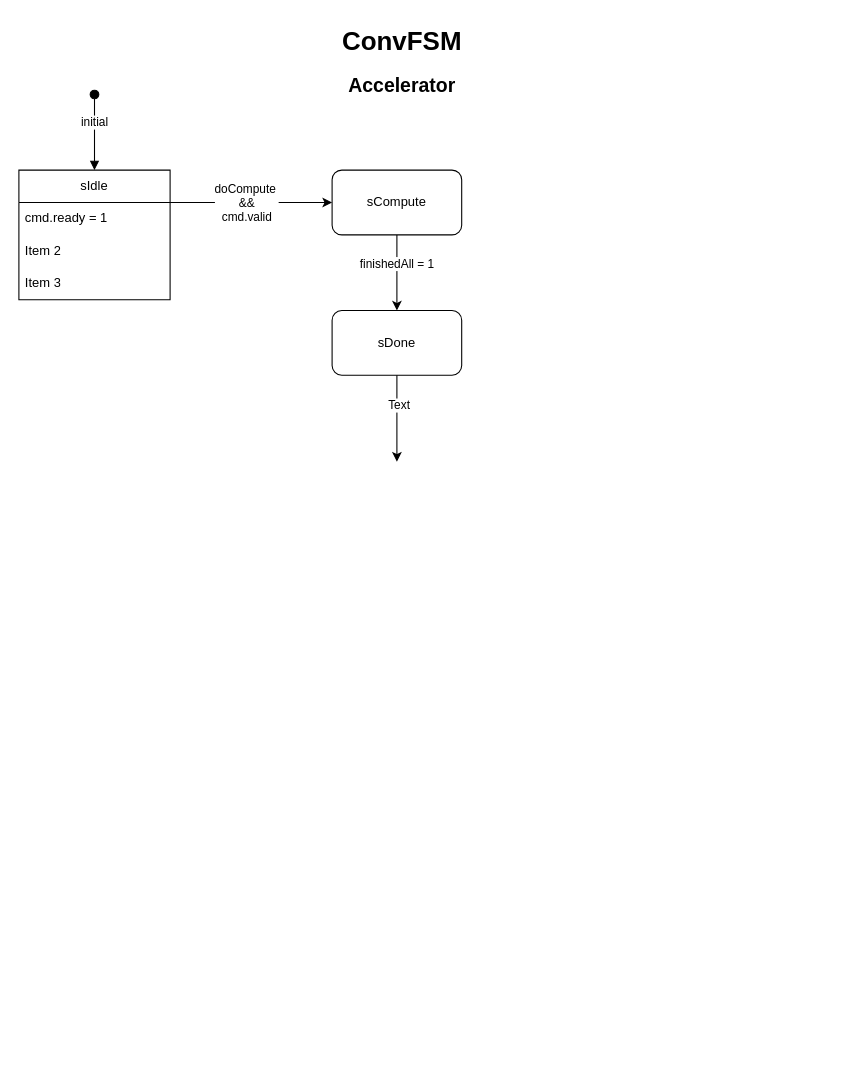
sophia20753/Project keeps this draw.io diagram as ConvFSM_accel.drawio. Above is the earlier version. Source tidied: cells renumbered, new cells numbered last; positions are measured from the earlier drawing's top-left corner, leaving out a move shared by most shapes. Both pictures are drawn from the tidied source at 108%, with x=0, y=0 at pixel (18, 18).
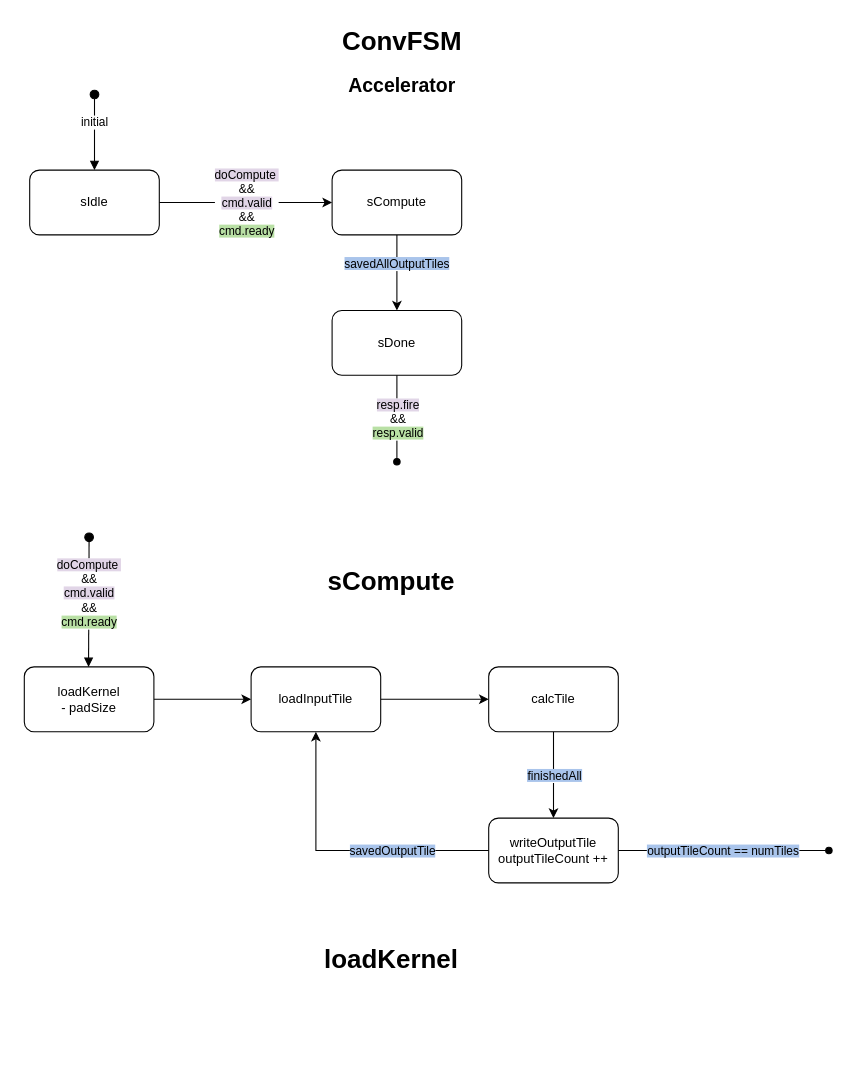
After the change.

Unchanged cells that the change refers to:
```xml
<mxCell id="4" value="sDone" style="rounded=1;whiteSpace=wrap;html=1;" parent="1" vertex="1">
  <mxGeometry x="290" y="270" width="120" height="60" as="geometry" />
</mxCell>
<mxCell id="6" style="endArrow=classic;html=1;rounded=0;exitX=1;exitY=0.5;exitDx=0;exitDy=0;entryX=0;entryY=0.5;entryDx=0;entryDy=0;" parent="1" edge="1" target="3">
  <mxGeometry relative="1" as="geometry">
    <mxPoint x="130" y="170" as="sourcePoint" />
  </mxGeometry>
</mxCell>
<mxCell id="8" style="endArrow=classic;html=1;rounded=0;exitX=0.5;exitY=1;exitDx=0;exitDy=0;entryX=0.5;entryY=0;entryDx=0;entryDy=0;" parent="1" edge="1" source="3" target="4">
  <mxGeometry relative="1" as="geometry" />
</mxCell>
```

Diff of the diagram source:
```diff
@@
-    <mxCell id="7" value="doCompute&amp;nbsp;&lt;div&gt;&amp;amp;&amp;amp;&lt;/div&gt;&lt;div&gt;cmd.valid&lt;/div&gt;" style="edgeLabel;html=1;align=center;verticalAlign=middle;" parent="6" vertex="1">
+    <mxCell id="7" value="&lt;span style=&quot;background-color: rgb(225, 213, 231);&quot;&gt;doCompute&amp;nbsp;&lt;/span&gt;&lt;div&gt;&lt;span&gt;&amp;amp;&amp;amp;&lt;/span&gt;&lt;/div&gt;&lt;div&gt;&lt;span style=&quot;background-color: rgb(225, 213, 231);&quot;&gt;cmd.valid&lt;/span&gt;&lt;/div&gt;&lt;div&gt;&lt;span&gt;&amp;amp;&amp;amp;&lt;/span&gt;&lt;/div&gt;&lt;div&gt;&lt;span style=&quot;background-color: rgb(185, 224, 165);&quot;&gt;cmd.ready&lt;/span&gt;&lt;/div&gt;" style="edgeLabel;html=1;align=center;verticalAlign=middle;" parent="6" vertex="1">
       <mxGeometry x="-0.11" y="1" relative="1" as="geometry">
         <mxPoint x="9" y="1" as="offset" />
       </mxGeometry>
     </mxCell>
@@
-    <mxCell id="9" value="finishedAll = 1" style="edgeLabel;html=1;align=center;verticalAlign=middle;" parent="8" vertex="1">
+    <mxCell id="9" value="&lt;span style=&quot;background-color: rgb(169, 196, 235);&quot;&gt;savedAllOutputTiles&lt;/span&gt;" style="edgeLabel;html=1;align=center;verticalAlign=middle;" parent="8" vertex="1">
       <mxGeometry x="-0.27" y="-1" relative="1" as="geometry" />
     </mxCell>
-    <mxCell id="10" style="endArrow=classic;html=1;rounded=0;exitX=0.5;exitY=1;exitDx=0;exitDy=0;" parent="1" edge="1" source="4">
+    <mxCell id="10" style="endArrow=oval;html=1;rounded=0;exitX=0.5;exitY=1;exitDx=0;exitDy=0;endFill=1;" parent="1" edge="1" source="4">
       <mxGeometry relative="1" as="geometry">
         <mxPoint x="350" y="410" as="targetPoint" />
       </mxGeometry>
     </mxCell>
-    <mxCell id="11" value="Text" style="edgeLabel;html=1;align=center;verticalAlign=middle;" parent="10" vertex="1">
-      <mxGeometry x="-0.33" y="1" relative="1" as="geometry" />
+    <mxCell id="11" value="&lt;div&gt;&lt;span style=&quot;background-color: rgb(225, 213, 231);&quot;&gt;resp.fire&lt;/span&gt;&lt;/div&gt;&lt;div&gt;&amp;amp;&amp;amp;&lt;/div&gt;&lt;span style=&quot;background-color: rgb(185, 224, 165);&quot;&gt;resp.valid&lt;/span&gt;" style="edgeLabel;html=1;align=center;verticalAlign=middle;" parent="10" vertex="1">
+      <mxGeometry x="-0.33" y="1" relative="1" as="geometry">
+        <mxPoint x="-1" y="13" as="offset" />
+      </mxGeometry>
     </mxCell>
-    <mxCell id="12" value="sIdle" style="swimlane;fontStyle=0;horizontal=1;startSize=30;whiteSpace=wrap;html=1;" parent="1" vertex="1">
-      <mxGeometry y="140" width="140" height="120" as="geometry" />
+    <mxCell id="12" value="sIdle" style="rounded=1;whiteSpace=wrap;html=1;" parent="1" vertex="1">
+      <mxGeometry x="10" y="140" width="120" height="60" as="geometry" />
     </mxCell>
-    <mxCell id="13" value="cmd.ready = 1" style="text;strokeColor=none;fillColor=none;align=left;verticalAlign=middle;spacingLeft=4;spacingRight=4;overflow=hidden;whiteSpace=wrap;html=1;" parent="12" vertex="1">
-      <mxGeometry y="30" width="140" height="30" as="geometry" />
-    </mxCell>
-    <mxCell id="14" value="Item 2" style="text;strokeColor=none;fillColor=none;align=left;verticalAlign=middle;spacingLeft=4;spacingRight=4;overflow=hidden;whiteSpace=wrap;html=1;" parent="12" vertex="1">
-      <mxGeometry y="60" width="140" height="30" as="geometry" />
-    </mxCell>
-    <mxCell id="15" value="Item 3" style="text;strokeColor=none;fillColor=none;align=left;verticalAlign=middle;spacingLeft=4;spacingRight=4;overflow=hidden;whiteSpace=wrap;html=1;" parent="12" vertex="1">
-      <mxGeometry y="90" width="140" height="30" as="geometry" />
-    </mxCell>
+    <mxCell id="16" value="&lt;h1 style=&quot;margin-top: 0px;&quot;&gt;sCompute&lt;/h1&gt;" style="text;html=1;whiteSpace=wrap;overflow=hidden;rounded=0;align=center;" parent="1" vertex="1">
+      <mxGeometry x="255" y="500" width="180" height="120" as="geometry" />
+    </mxCell>
+    <mxCell id="17" style="edgeStyle=orthogonalEdgeStyle;rounded=0;jettySize=auto;html=1;" parent="1" edge="1" source="18" target="20">
+      <mxGeometry relative="1" as="geometry" />
+    </mxCell>
+    <mxCell id="18" value="loadKernel&lt;div&gt;- padSize&lt;/div&gt;" style="rounded=1;whiteSpace=wrap;html=1;" parent="1" vertex="1">
+      <mxGeometry x="5" y="600" width="120" height="60" as="geometry" />
+    </mxCell>
+    <mxCell id="19" style="edgeStyle=orthogonalEdgeStyle;rounded=0;jettySize=auto;html=1;" parent="1" edge="1" source="20" target="24">
+      <mxGeometry relative="1" as="geometry" />
+    </mxCell>
+    <mxCell id="20" value="loadInputTile" style="rounded=1;whiteSpace=wrap;html=1;" parent="1" vertex="1">
+      <mxGeometry x="215" y="600" width="120" height="60" as="geometry" />
+    </mxCell>
+    <mxCell id="21" value="&lt;span style=&quot;background-color: rgb(225, 213, 231);&quot;&gt;doCompute&amp;nbsp;&lt;/span&gt;&lt;div&gt;&amp;amp;&amp;amp;&lt;/div&gt;&lt;div&gt;&lt;span style=&quot;background-color: rgb(225, 213, 231);&quot;&gt;cmd.valid&lt;/span&gt;&lt;/div&gt;&lt;div&gt;&amp;amp;&amp;amp;&lt;/div&gt;&lt;div&gt;&lt;span style=&quot;background-color: rgb(185, 224, 165);&quot;&gt;cmd.ready&lt;/span&gt;&lt;/div&gt;" style="html=1;verticalAlign=bottom;startArrow=oval;startFill=1;endArrow=block;startSize=8;curved=0;rounded=0;entryX=0.5;entryY=0;entryDx=0;entryDy=0;" parent="1" edge="1">
+      <mxGeometry x="0.47" relative="1" as="geometry">
+        <mxPoint x="65" y="480" as="sourcePoint" />
+        <mxPoint x="64.5" y="600" as="targetPoint" />
+      </mxGeometry>
+    </mxCell>
+    <mxCell id="22" style="edgeStyle=orthogonalEdgeStyle;rounded=0;jettySize=auto;html=1;endArrow=classic;endFill=1;entryX=0.5;entryY=0;entryDx=0;entryDy=0;" parent="1" edge="1" source="24" target="26">
+      <mxGeometry relative="1" as="geometry" />
+    </mxCell>
+    <mxCell id="23" value="&lt;span style=&quot;background-color: rgb(169, 196, 235);&quot;&gt;finishedAll&lt;/span&gt;" style="edgeLabel;html=1;align=center;verticalAlign=middle;" parent="22" vertex="1">
+      <mxGeometry x="0.01" relative="1" as="geometry" />
+    </mxCell>
+    <mxCell id="24" value="calcTile" style="rounded=1;whiteSpace=wrap;html=1;" parent="1" vertex="1">
+      <mxGeometry x="435" y="600" width="120" height="60" as="geometry" />
+    </mxCell>
+    <mxCell id="25" value="&lt;h1 style=&quot;margin-top: 0px;&quot;&gt;loadKernel&lt;/h1&gt;" style="text;html=1;whiteSpace=wrap;overflow=hidden;rounded=0;align=center;" parent="1" vertex="1">
+      <mxGeometry x="255" y="850" width="180" height="120" as="geometry" />
+    </mxCell>
+    <mxCell id="26" value="writeOutputTile&lt;div&gt;outputTileCount ++&lt;/div&gt;" style="rounded=1;whiteSpace=wrap;html=1;" parent="1" vertex="1">
+      <mxGeometry x="435" y="740" width="120" height="60" as="geometry" />
+    </mxCell>
+    <mxCell id="27" style="endArrow=classic;html=1;rounded=0;exitX=0;exitY=0.5;exitDx=0;exitDy=0;entryX=0.5;entryY=1;entryDx=0;entryDy=0;" parent="1" edge="1" source="26" target="20">
+      <mxGeometry relative="1" as="geometry">
+        <Array as="points">
+          <mxPoint x="275" y="770" />
+        </Array>
+      </mxGeometry>
+    </mxCell>
+    <mxCell id="28" value="&lt;span style=&quot;background-color: rgb(169, 196, 235);&quot;&gt;savedOutputTile&lt;/span&gt;" style="edgeLabel;html=1;align=center;verticalAlign=middle;" parent="27" vertex="1">
+      <mxGeometry x="-0.04" y="-3" relative="1" as="geometry">
+        <mxPoint x="40" y="3" as="offset" />
+      </mxGeometry>
+    </mxCell>
+    <mxCell id="29" style="endArrow=oval;html=1;rounded=0;exitX=1;exitY=0.5;exitDx=0;exitDy=0;endFill=1;" parent="1" edge="1" source="26">
+      <mxGeometry relative="1" as="geometry">
+        <mxPoint x="750" y="770" as="targetPoint" />
+      </mxGeometry>
+    </mxCell>
+    <mxCell id="30" value="&lt;span style=&quot;background-color: rgb(169, 196, 235);&quot;&gt;outputTileCount == numTiles&lt;/span&gt;" style="edgeLabel;html=1;align=center;verticalAlign=middle;" parent="29" vertex="1">
+      <mxGeometry x="-0.1" y="-1" relative="1" as="geometry">
+        <mxPoint x="8" y="-1" as="offset" />
+      </mxGeometry>
+    </mxCell>
```
